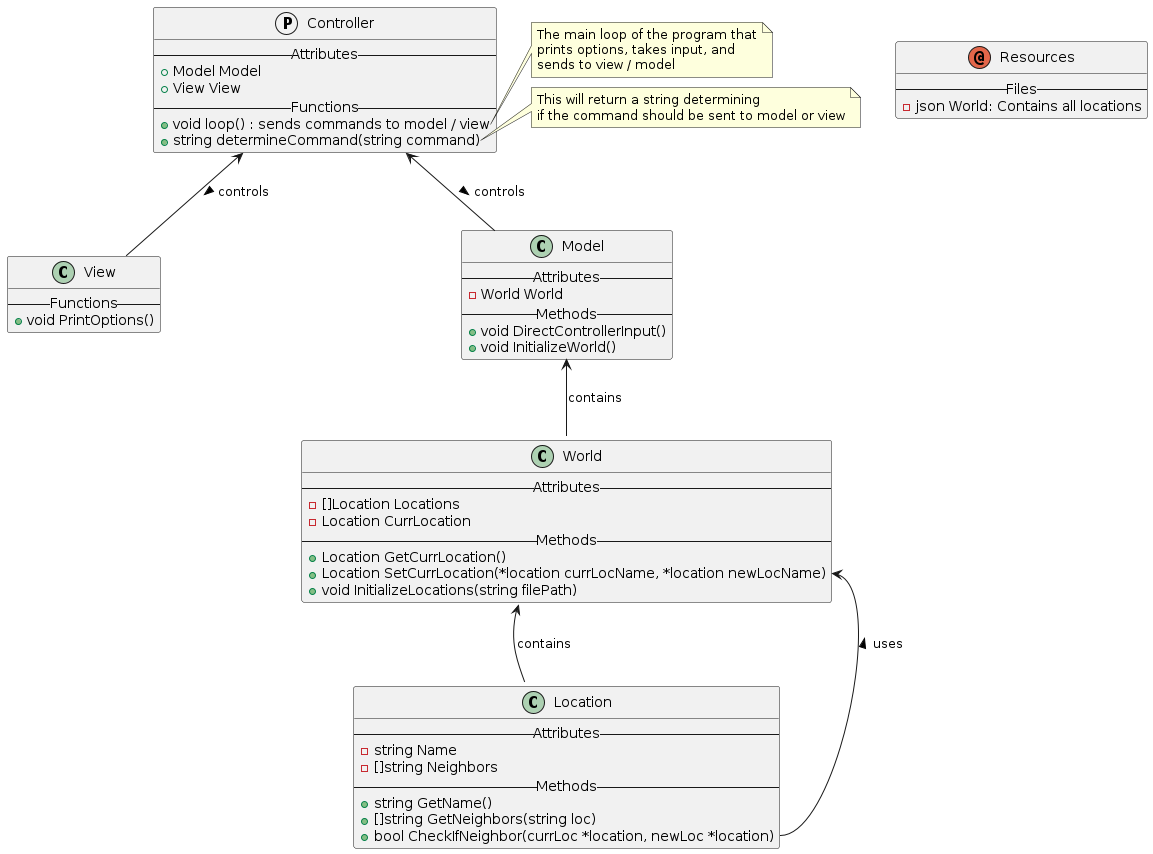
Before: class_diagram.png, a diagram exported from PlantUML (Charlemagne44/GoAdventure).
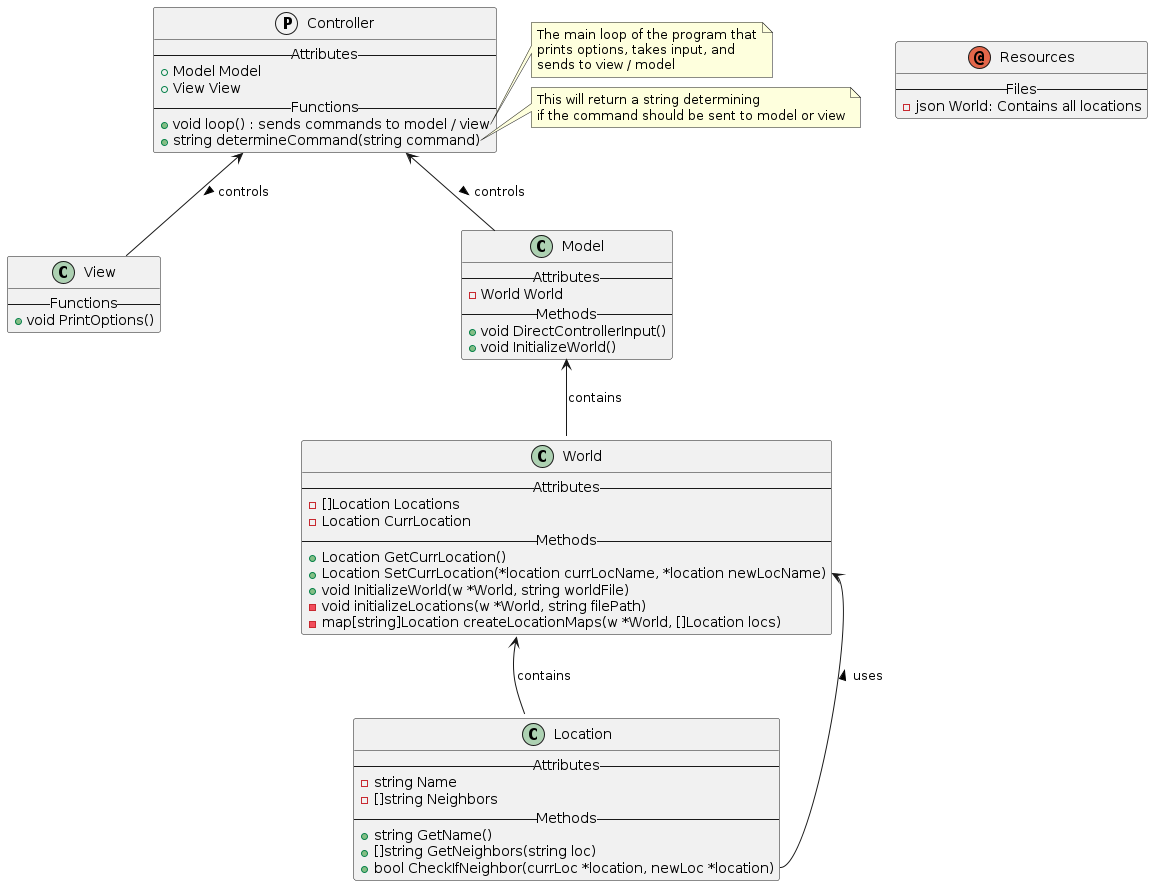
Above is the later version.

Diff of the diagram source:
```diff
@@ -47,7 +47,9 @@
     --Methods--
     + Location GetCurrLocation()
     + Location SetCurrLocation(*location currLocName, *location newLocName)
-    + void InitializeLocations(string filePath)
+    + void InitializeWorld(w *World, string worldFile)
+    - void initializeLocations(w *World, string filePath)
+    - map[string]Location createLocationMaps(w *World, []Location locs)
 }
 note right of World::createLocations
     Takes JSON input to create locations
```
